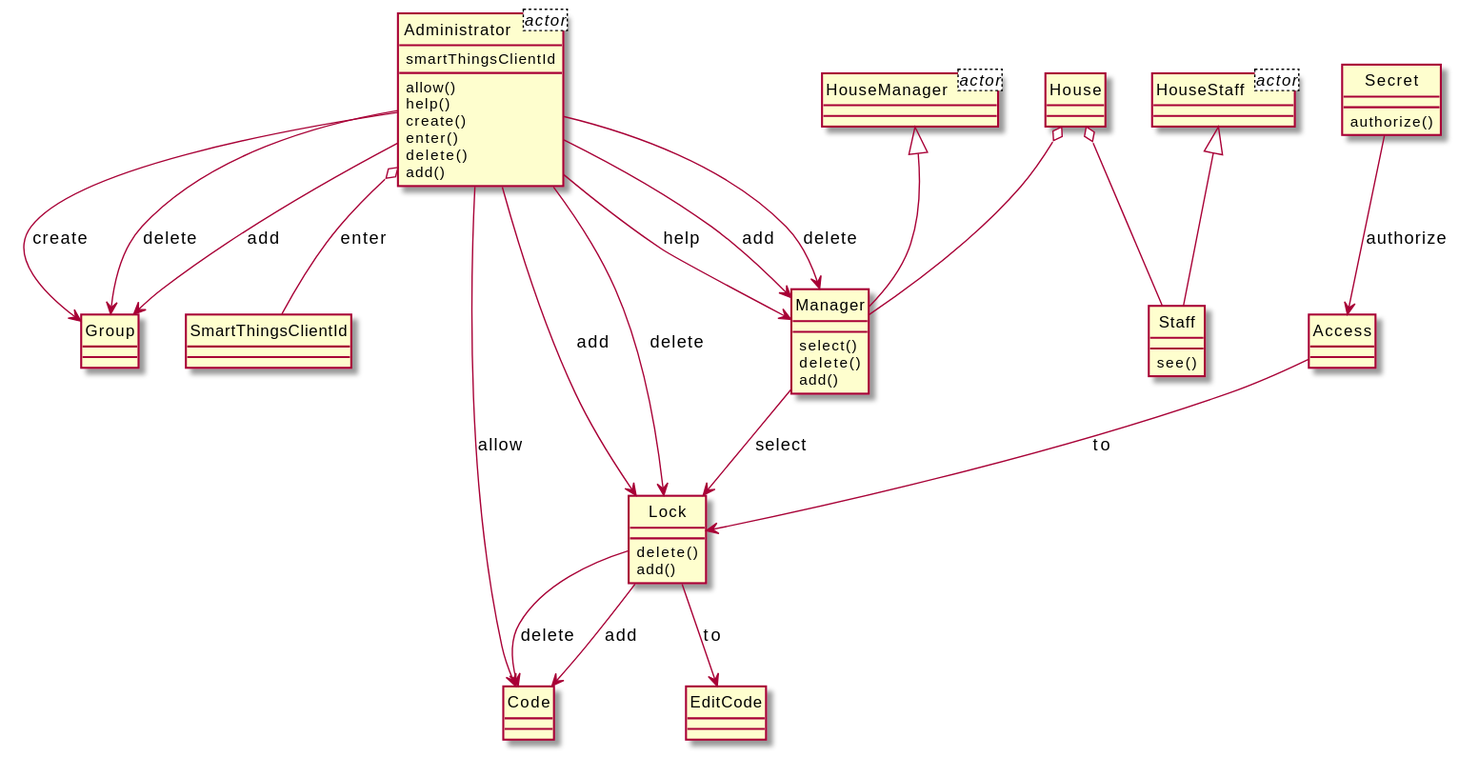
Earlier version of the PlantUML export output/diagram_5/2017-USC-Project05.svg (xixixhalu/DomainModelExtractor). Source of this version:
```plantuml
@startuml
hide circle
class Administrator<actor> {
	smartThingsClientId
}
class HouseManager<actor> {
}
class HouseStaff<actor> {
}
class House {
}
class Staff {
	see()
}
class Administrator {
	allow()
	help()
	create()
	enter()
	delete()
	add()
}
class Code {
}
class Lock {
	delete()
	add()
}
class Manager {
	select()
	delete()
	add()
}
class Group {
}
class SmartThingsClientId {
}
class Secret {
	authorize()
}
class Access {
}
class HouseManager {
}
class EditCode {
}
class HouseStaff {
}
Administrator --> Code : allow
Lock --> Code : add
Administrator --> Manager : add
Administrator --> Group : create
Administrator --> Manager : delete
Lock --> Code : delete
Administrator --> Lock : add
Administrator --> Manager : help
Administrator --> Group : delete
HouseManager <|-- Manager
Administrator --> Lock : delete
Secret --> Access : authorize
Manager --> Lock : select
House o-- Staff
House o-- Manager
Lock --> EditCode : to
Access --> Lock : to
HouseStaff <|-- Staff
Administrator --> Group : add
Administrator o-- SmartThingsClientId : enter
@enduml
```
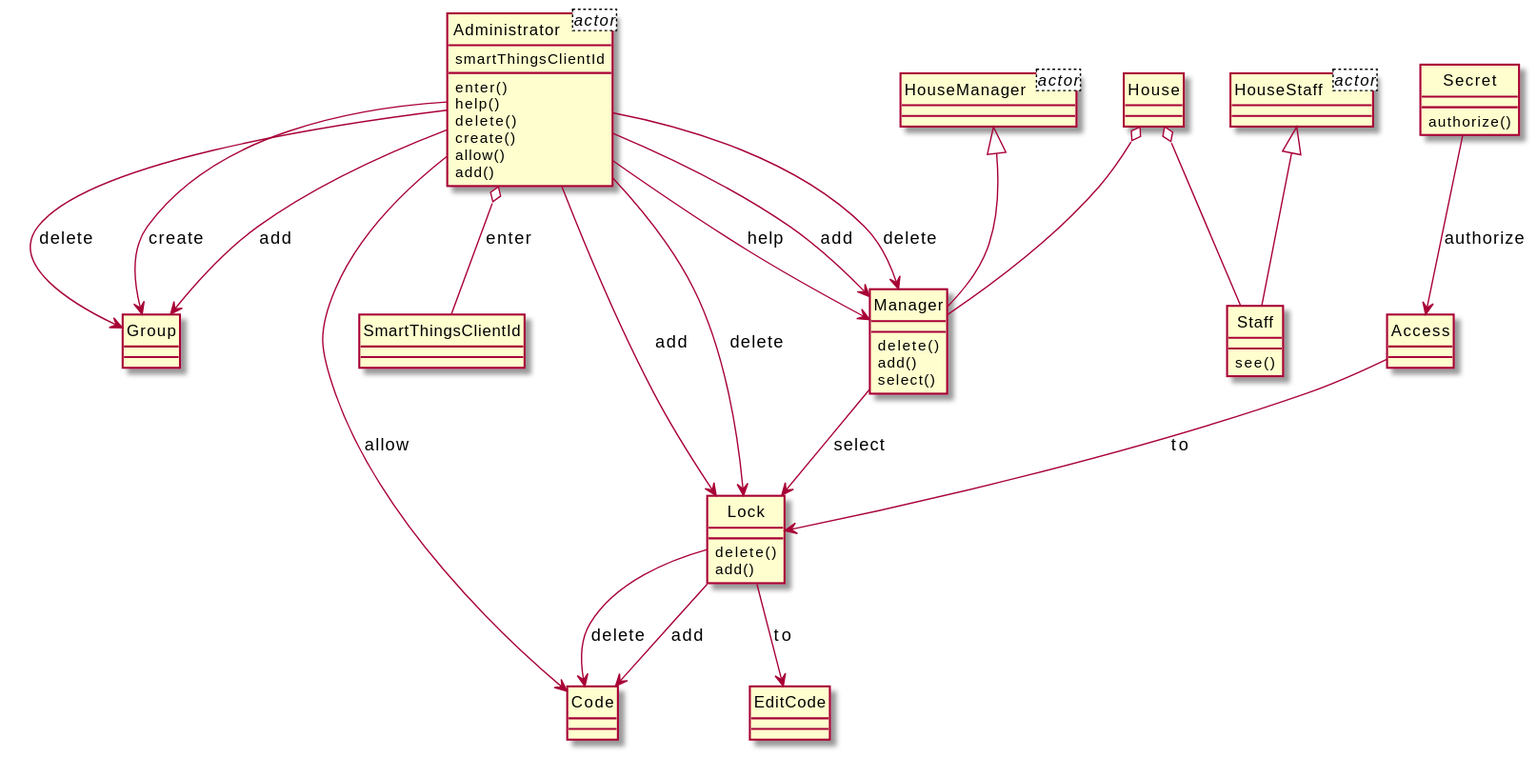
The same file after the commit.

Change to the diagram source:
```diff
@@ -13,57 +13,57 @@
 	see()
 }
 class Administrator {
+	enter()
+	help()
+	delete()
+	create()
 	allow()
-	help()
-	create()
-	enter()
-	delete()
 	add()
-}
-class Code {
 }
 class Lock {
 	delete()
 	add()
 }
 class Manager {
-	select()
 	delete()
 	add()
-}
-class Group {
-}
-class SmartThingsClientId {
+	select()
 }
 class Secret {
 	authorize()
 }
 class Access {
 }
-class HouseManager {
+class Group {
+}
+class Code {
+}
+class SmartThingsClientId {
 }
 class EditCode {
 }
+class HouseManager {
+}
 class HouseStaff {
 }
+Administrator --> Lock : add
+Lock --> Code : add
+Administrator --> Manager : help
+Lock --> Code : delete
+Manager --> Lock : select
+Secret --> Access : authorize
+Administrator --> Group : delete
+Administrator --> Group : create
+Administrator --> Group : add
+Administrator --> Manager : add
+Administrator --> Lock : delete
+Lock --> EditCode : to
+Administrator --> Manager : delete
+Administrator o-- SmartThingsClientId : enter
+HouseManager <|-- Manager
+HouseStaff <|-- Staff
+House o-- Staff
+Access --> Lock : to
+House o-- Manager
 Administrator --> Code : allow
-Lock --> Code : add
-Administrator --> Manager : add
-Administrator --> Group : create
-Administrator --> Manager : delete
-Lock --> Code : delete
-Administrator --> Lock : add
-Administrator --> Manager : help
-Administrator --> Group : delete
-HouseManager <|-- Manager
-Administrator --> Lock : delete
-Secret --> Access : authorize
-Manager --> Lock : select
-House o-- Staff
-House o-- Manager
-Lock --> EditCode : to
-Access --> Lock : to
-HouseStaff <|-- Staff
-Administrator --> Group : add
-Administrator o-- SmartThingsClientId : enter
 @enduml
```
